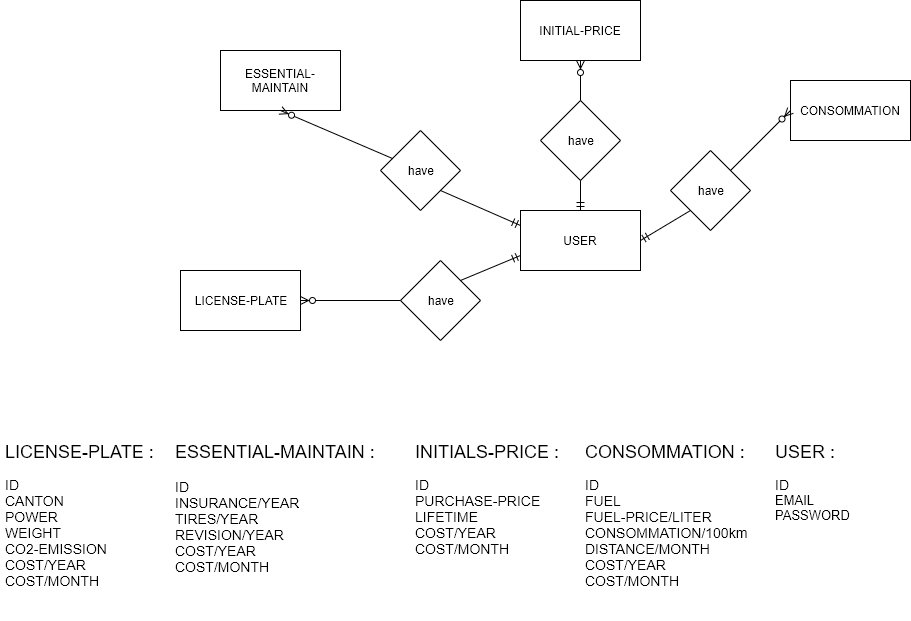
Earlier version of the draw.io export Documentation/Sprint1/DB-MCD.PNG (ThomasCPNV/CcubeProject). Source tidied: cells renumbered, new cells last; positions are measured from the earlier drawing's top-left corner, leaving out a move shared by most shapes.
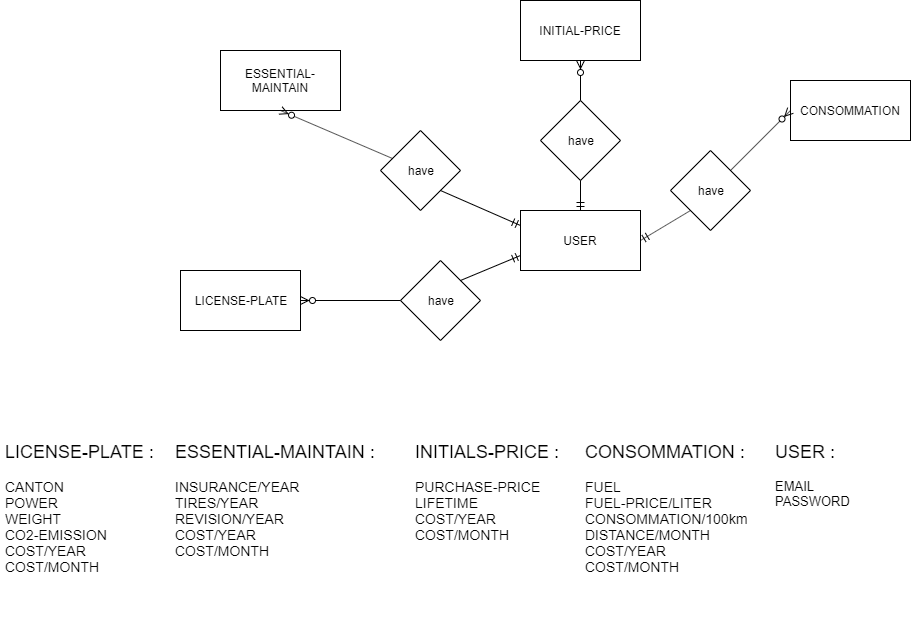
After the commit.

Commit message:
Correction diagrammes

Diff of the diagram source:
```diff
@@ -17,19 +17,19 @@
     <mxCell id="6" value="INITIAL-PRICE" style="rounded=0;whiteSpace=wrap;html=1;" parent="1" vertex="1">
       <mxGeometry x="520" width="120" height="60" as="geometry" />
     </mxCell>
-    <mxCell id="7" value="&lt;p style=&quot;line-height: 40%&quot;&gt;&lt;/p&gt;&lt;blockquote style=&quot;margin: 0 0 0 40px ; border: none ; padding: 0px&quot;&gt;&lt;/blockquote&gt;&lt;span&gt;&lt;font style=&quot;font-size: 18px&quot;&gt;LICENSE-PLATE :&lt;br&gt;&lt;/font&gt;&lt;/span&gt;&lt;br&gt;&lt;blockquote style=&quot;margin: 0 0 0 40px ; border: none ; padding: 0px&quot;&gt;&lt;/blockquote&gt;&lt;font style=&quot;font-size: 14px&quot;&gt;ID&amp;nbsp;&lt;br&gt;CANTON&lt;br&gt;POWER&lt;br&gt;WEIGHT&amp;nbsp;&lt;br&gt;CO2-EMISSION&lt;br&gt;COST/YEAR&lt;br&gt;COST/MONTH&lt;br&gt;&lt;br&gt;&lt;/font&gt;&lt;blockquote style=&quot;margin: 0px 0px 0px 40px ; border: none ; padding: 0px ; font-size: 14px&quot;&gt;&lt;/blockquote&gt;&lt;br&gt;&lt;p&gt;&lt;/p&gt;" style="text;html=1;strokeColor=none;fillColor=none;spacing=5;spacingTop=-20;whiteSpace=wrap;overflow=hidden;rounded=0;" parent="1" vertex="1">
+    <mxCell id="7" value="&lt;p style=&quot;line-height: 40%&quot;&gt;&lt;/p&gt;&lt;blockquote style=&quot;margin: 0 0 0 40px ; border: none ; padding: 0px&quot;&gt;&lt;/blockquote&gt;&lt;span&gt;&lt;font style=&quot;font-size: 18px&quot;&gt;LICENSE-PLATE :&lt;br&gt;&lt;/font&gt;&lt;/span&gt;&lt;font style=&quot;font-size: 14px&quot;&gt;&lt;br&gt;CANTON&lt;br&gt;POWER&lt;br&gt;WEIGHT&amp;nbsp;&lt;br&gt;CO2-EMISSION&lt;br&gt;COST/YEAR&lt;br&gt;COST/MONTH&lt;br&gt;&lt;br&gt;&lt;/font&gt;&lt;blockquote style=&quot;margin: 0px 0px 0px 40px ; border: none ; padding: 0px ; font-size: 14px&quot;&gt;&lt;/blockquote&gt;&lt;br&gt;&lt;p&gt;&lt;/p&gt;" style="text;html=1;strokeColor=none;fillColor=none;spacing=5;spacingTop=-20;whiteSpace=wrap;overflow=hidden;rounded=0;" parent="1" vertex="1">
       <mxGeometry y="440" width="170" height="180" as="geometry" />
     </mxCell>
-    <mxCell id="8" value="&lt;p style=&quot;line-height: 40%&quot;&gt;&lt;/p&gt;&lt;blockquote style=&quot;margin: 0 0 0 40px ; border: none ; padding: 0px&quot;&gt;&lt;/blockquote&gt;&lt;span&gt;&lt;font style=&quot;font-size: 18px&quot;&gt;ESSENTIAL-MAINTAIN :&lt;br&gt;&lt;/font&gt;&lt;/span&gt;&lt;font style=&quot;font-size: 14px&quot;&gt;&lt;br&gt;ID&lt;br&gt;&lt;/font&gt;&lt;blockquote style=&quot;margin: 0px 0px 0px 40px ; border: none ; padding: 0px&quot;&gt;&lt;/blockquote&gt;&lt;font style=&quot;font-size: 14px&quot;&gt;INSURANCE/YEAR&lt;br&gt;&lt;font&gt;TIRES/YEAR&lt;br&gt;&lt;/font&gt;REVISION/YEAR&lt;br&gt;COST/YEAR&lt;br&gt;COST/MONTH&lt;/font&gt;&lt;br&gt;&lt;p&gt;&lt;/p&gt;" style="text;html=1;strokeColor=none;fillColor=none;spacing=5;spacingTop=-20;whiteSpace=wrap;overflow=hidden;rounded=0;" parent="1" vertex="1">
+    <mxCell id="8" value="&lt;p style=&quot;line-height: 40%&quot;&gt;&lt;/p&gt;&lt;blockquote style=&quot;margin: 0 0 0 40px ; border: none ; padding: 0px&quot;&gt;&lt;/blockquote&gt;&lt;span&gt;&lt;font style=&quot;font-size: 18px&quot;&gt;ESSENTIAL-MAINTAIN :&lt;br&gt;&lt;/font&gt;&lt;/span&gt;&lt;font style=&quot;font-size: 14px&quot;&gt;&lt;br&gt;&lt;/font&gt;&lt;blockquote style=&quot;margin: 0px 0px 0px 40px ; border: none ; padding: 0px&quot;&gt;&lt;/blockquote&gt;&lt;font style=&quot;font-size: 14px&quot;&gt;INSURANCE/YEAR&lt;br&gt;&lt;font&gt;TIRES/YEAR&lt;br&gt;&lt;/font&gt;REVISION/YEAR&lt;br&gt;COST/YEAR&lt;br&gt;COST/MONTH&lt;/font&gt;&lt;br&gt;&lt;p&gt;&lt;/p&gt;" style="text;html=1;strokeColor=none;fillColor=none;spacing=5;spacingTop=-20;whiteSpace=wrap;overflow=hidden;rounded=0;" parent="1" vertex="1">
       <mxGeometry x="170" y="440" width="240" height="160" as="geometry" />
     </mxCell>
-    <mxCell id="9" value="&lt;p style=&quot;line-height: 40%&quot;&gt;&lt;/p&gt;&lt;blockquote style=&quot;margin: 0 0 0 40px ; border: none ; padding: 0px&quot;&gt;&lt;/blockquote&gt;&lt;span&gt;&lt;font style=&quot;font-size: 18px&quot;&gt;INITIALS-PRICE :&lt;br&gt;&lt;/font&gt;&lt;/span&gt;&lt;br&gt;&lt;blockquote style=&quot;margin: 0 0 0 40px ; border: none ; padding: 0px&quot;&gt;&lt;/blockquote&gt;&lt;font style=&quot;font-size: 14px&quot;&gt;ID&amp;nbsp;&lt;br&gt;&lt;/font&gt;&lt;blockquote style=&quot;margin: 0px 0px 0px 40px ; border: none ; padding: 0px&quot;&gt;&lt;/blockquote&gt;&lt;font style=&quot;font-size: 14px&quot;&gt;PURCHASE-PRICE&lt;br&gt;LIFETIME&lt;br&gt;COST/YEAR&lt;br&gt;COST/MONTH&lt;/font&gt;&lt;br&gt;&lt;p&gt;&lt;/p&gt;" style="text;html=1;strokeColor=none;fillColor=none;spacing=5;spacingTop=-20;whiteSpace=wrap;overflow=hidden;rounded=0;" parent="1" vertex="1">
+    <mxCell id="9" value="&lt;p style=&quot;line-height: 40%&quot;&gt;&lt;/p&gt;&lt;blockquote style=&quot;margin: 0 0 0 40px ; border: none ; padding: 0px&quot;&gt;&lt;/blockquote&gt;&lt;span&gt;&lt;font style=&quot;font-size: 18px&quot;&gt;INITIALS-PRICE :&lt;br&gt;&lt;/font&gt;&lt;/span&gt;&lt;font style=&quot;font-size: 14px&quot;&gt;&lt;br&gt;&lt;/font&gt;&lt;blockquote style=&quot;margin: 0px 0px 0px 40px ; border: none ; padding: 0px&quot;&gt;&lt;/blockquote&gt;&lt;font style=&quot;font-size: 14px&quot;&gt;PURCHASE-PRICE&lt;br&gt;LIFETIME&lt;br&gt;COST/YEAR&lt;br&gt;COST/MONTH&lt;/font&gt;&lt;br&gt;&lt;p&gt;&lt;/p&gt;" style="text;html=1;strokeColor=none;fillColor=none;spacing=5;spacingTop=-20;whiteSpace=wrap;overflow=hidden;rounded=0;" parent="1" vertex="1">
       <mxGeometry x="410" y="440" width="160" height="140" as="geometry" />
     </mxCell>
-    <mxCell id="10" value="&lt;p style=&quot;line-height: 40%&quot;&gt;&lt;/p&gt;&lt;blockquote style=&quot;margin: 0 0 0 40px ; border: none ; padding: 0px&quot;&gt;&lt;/blockquote&gt;&lt;span&gt;&lt;font style=&quot;font-size: 18px&quot;&gt;USER :&lt;br&gt;&lt;/font&gt;&lt;/span&gt;&lt;br&gt;&lt;blockquote style=&quot;margin: 0 0 0 40px ; border: none ; padding: 0px&quot;&gt;&lt;/blockquote&gt;&lt;font style=&quot;font-size: 14px&quot;&gt;ID&lt;br&gt;&lt;/font&gt;&lt;font style=&quot;font-size: 13px&quot;&gt;EMAIL&lt;br&gt;PASSWORD&lt;/font&gt;&lt;br&gt;&lt;p&gt;&lt;/p&gt;" style="text;html=1;strokeColor=none;fillColor=none;spacing=5;spacingTop=-20;whiteSpace=wrap;overflow=hidden;rounded=0;" parent="1" vertex="1">
+    <mxCell id="10" value="&lt;p style=&quot;line-height: 40%&quot;&gt;&lt;/p&gt;&lt;blockquote style=&quot;margin: 0 0 0 40px ; border: none ; padding: 0px&quot;&gt;&lt;/blockquote&gt;&lt;span&gt;&lt;font style=&quot;font-size: 18px&quot;&gt;USER :&lt;br&gt;&lt;/font&gt;&lt;/span&gt;&lt;font style=&quot;font-size: 14px&quot;&gt;&lt;br&gt;&lt;/font&gt;&lt;font style=&quot;font-size: 13px&quot;&gt;EMAIL&lt;br&gt;PASSWORD&lt;/font&gt;&lt;br&gt;&lt;p&gt;&lt;/p&gt;" style="text;html=1;strokeColor=none;fillColor=none;spacing=5;spacingTop=-20;whiteSpace=wrap;overflow=hidden;rounded=0;" parent="1" vertex="1">
       <mxGeometry x="770" y="440" width="100" height="150" as="geometry" />
     </mxCell>
-    <mxCell id="11" value="&lt;p style=&quot;line-height: 40%&quot;&gt;&lt;/p&gt;&lt;blockquote style=&quot;margin: 0 0 0 40px ; border: none ; padding: 0px&quot;&gt;&lt;/blockquote&gt;&lt;span&gt;&lt;font style=&quot;font-size: 18px&quot;&gt;CONSOMMATION :&lt;br&gt;&lt;/font&gt;&lt;/span&gt;&lt;br&gt;&lt;blockquote style=&quot;margin: 0 0 0 40px ; border: none ; padding: 0px&quot;&gt;&lt;/blockquote&gt;&lt;font style=&quot;font-size: 14px&quot;&gt;ID&lt;br&gt;&lt;/font&gt;&lt;blockquote style=&quot;margin: 0px 0px 0px 40px ; border: none ; padding: 0px&quot;&gt;&lt;/blockquote&gt;&lt;font style=&quot;font-size: 14px&quot;&gt;&lt;font&gt;FUEL&lt;br&gt;FUEL-PRICE/LITER&lt;br&gt;CONSOMMATION/100km&lt;br&gt;&lt;/font&gt;DISTANCE/MONTH&lt;br&gt;COST/YEAR&lt;br&gt;COST/MONTH&lt;/font&gt;&lt;br&gt;&lt;p&gt;&lt;/p&gt;" style="text;html=1;strokeColor=none;fillColor=none;spacing=5;spacingTop=-20;whiteSpace=wrap;overflow=hidden;rounded=0;" parent="1" vertex="1">
+    <mxCell id="11" value="&lt;p style=&quot;line-height: 40%&quot;&gt;&lt;/p&gt;&lt;blockquote style=&quot;margin: 0 0 0 40px ; border: none ; padding: 0px&quot;&gt;&lt;/blockquote&gt;&lt;span&gt;&lt;font style=&quot;font-size: 18px&quot;&gt;CONSOMMATION :&lt;br&gt;&lt;/font&gt;&lt;/span&gt;&lt;font style=&quot;font-size: 14px&quot;&gt;&lt;br&gt;&lt;/font&gt;&lt;blockquote style=&quot;margin: 0px 0px 0px 40px ; border: none ; padding: 0px&quot;&gt;&lt;/blockquote&gt;&lt;font style=&quot;font-size: 14px&quot;&gt;&lt;font&gt;FUEL&lt;br&gt;FUEL-PRICE/LITER&lt;br&gt;CONSOMMATION/100km&lt;br&gt;&lt;/font&gt;DISTANCE/MONTH&lt;br&gt;COST/YEAR&lt;br&gt;COST/MONTH&lt;/font&gt;&lt;br&gt;&lt;p&gt;&lt;/p&gt;" style="text;html=1;strokeColor=none;fillColor=none;spacing=5;spacingTop=-20;whiteSpace=wrap;overflow=hidden;rounded=0;" parent="1" vertex="1">
       <mxGeometry x="580" y="440" width="180" height="180" as="geometry" />
     </mxCell>
     <mxCell id="12" value="have" style="rhombus;whiteSpace=wrap;html=1;" parent="1" vertex="1">
```
